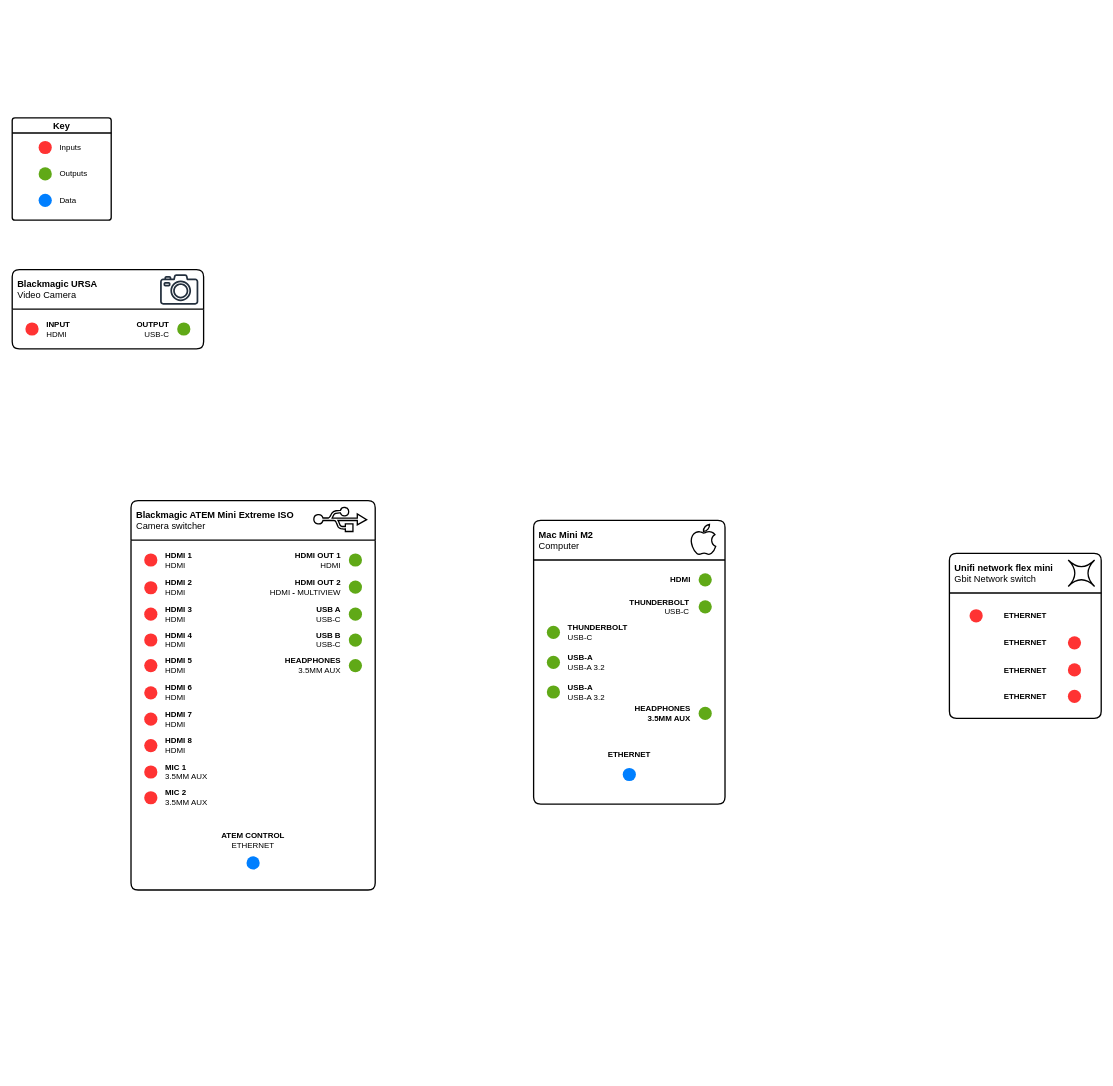
This is Mud maps/City Studio.drawio from Moolteepass/Studio-Documentation, a draw.io file, before an edit. Source tidied: cells renumbered, new cells numbered last; positions are measured from the earlier drawing's top-left corner, leaving out a move shared by most shapes. Both pictures are drawn from the tidied source at 66%, with x=0, y=0 at pixel (12, 117).
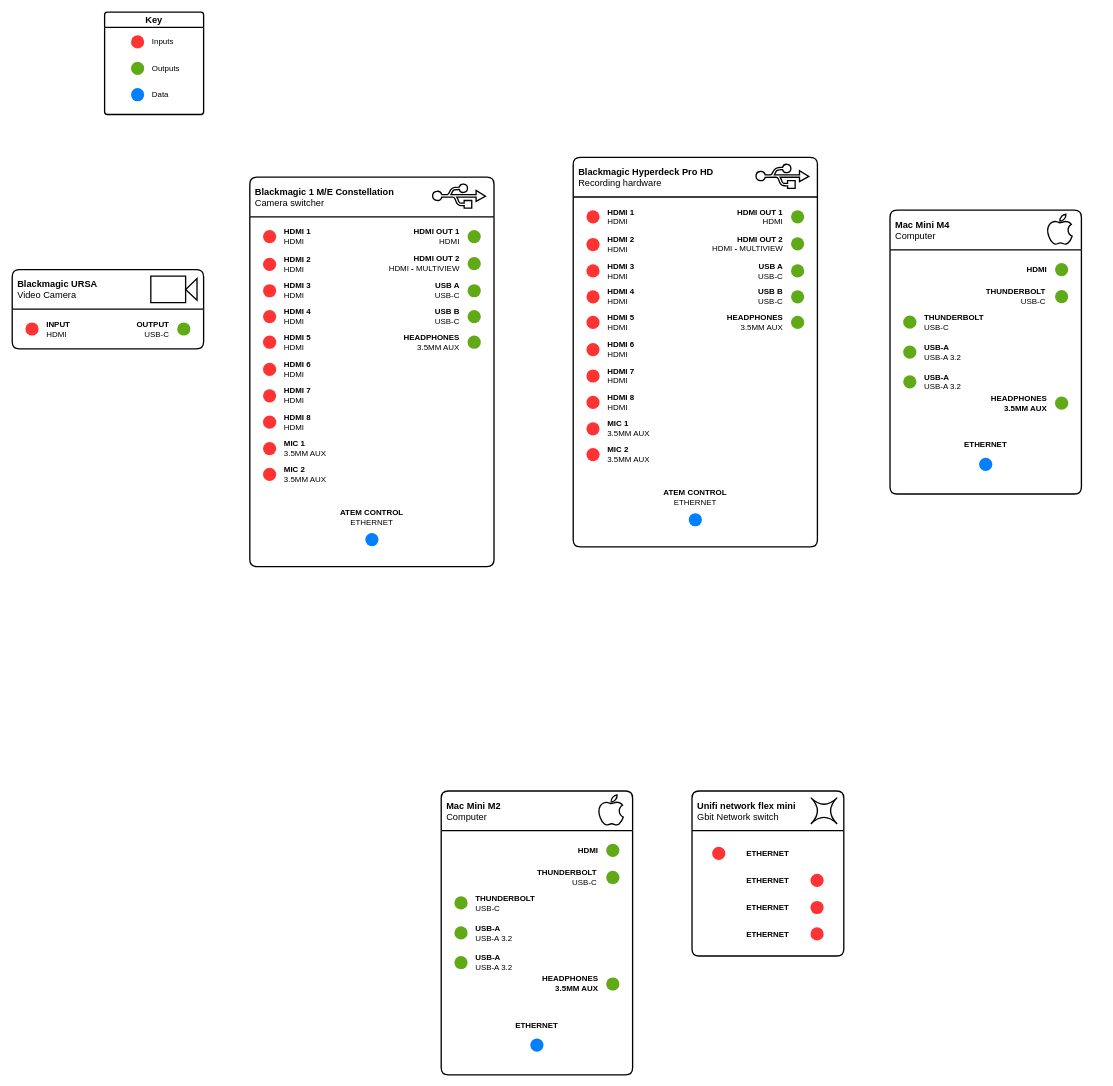
After the change.

Unchanged cells that the change refers to:
```xml
<mxCell id="3" style="ellipse;whiteSpace=wrap;html=1;strokeColor=none;fillColor=#60a917;fontColor=#ffffff;" parent="2" vertex="1">
  <mxGeometry x="330" y="80" width="20" height="20" as="geometry" />
</mxCell>
<mxCell id="6" style="ellipse;whiteSpace=wrap;html=1;strokeColor=none;fillColor=light-dark(#FF3333,#FF3333);fontColor=#ffffff;fillStyle=auto;" parent="2" vertex="1">
  <mxGeometry x="20" y="80" width="20" height="20" as="geometry" />
</mxCell>
<mxCell id="9" style="ellipse;whiteSpace=wrap;html=1;strokeColor=none;fillColor=light-dark(#FF3333,#FF3333);fontColor=#ffffff;" parent="2" vertex="1">
  <mxGeometry x="20" y="162" width="20" height="20" as="geometry" />
</mxCell>
<mxCell id="64" value="&lt;div&gt;Blackmagic URSA&lt;/div&gt;&lt;div&gt;&lt;span style=&quot;font-weight: normal;&quot;&gt;Video Camera&lt;/span&gt;&lt;/div&gt;" style="swimlane;whiteSpace=wrap;html=1;startSize=60;perimeterSpacing=0;rounded=1;arcSize=6;align=left;spacingLeft=6;swimlaneFillColor=default;strokeWidth=2;fontSize=14;" parent="1" vertex="1">
  <mxGeometry y="230" width="290" height="120" as="geometry" />
</mxCell>
```

Change to the diagram source:
```diff
@@
-    <mxCell id="2" value="&lt;div&gt;Blackmagic ATEM Mini Extreme ISO&lt;/div&gt;&lt;span style=&quot;font-weight: normal;&quot;&gt;Camera switcher&lt;/span&gt;" style="swimlane;whiteSpace=wrap;html=1;startSize=60;perimeterSpacing=0;rounded=1;arcSize=6;align=left;spacingLeft=6;swimlaneFillColor=default;strokeWidth=2;fontSize=14;" parent="1" vertex="1">
-      <mxGeometry x="180" y="580" width="370" height="590" as="geometry" />
+    <mxCell id="2" value="&lt;div&gt;Blackmagic 1 M/E Constellation&lt;/div&gt;&lt;span style=&quot;font-weight: normal;&quot;&gt;Camera switcher&lt;/span&gt;" style="swimlane;whiteSpace=wrap;html=1;startSize=60;perimeterSpacing=0;rounded=1;arcSize=6;align=left;spacingLeft=6;swimlaneFillColor=default;strokeWidth=2;fontSize=14;" parent="1" vertex="1">
+      <mxGeometry x="360" y="90" width="370" height="590" as="geometry" />
     </mxCell>
@@
-    <mxCell id="5" style="edgeStyle=orthogonalEdgeStyle;shape=connector;rounded=0;jettySize=auto;html=1;exitX=1;exitY=0.5;exitDx=0;exitDy=0;strokeColor=light-dark(#FFFFFF40,#FFFFFF40);strokeWidth=2;align=center;verticalAlign=middle;fontFamily=Helvetica;fontSize=14;fontColor=default;labelBackgroundColor=default;endArrow=none;endFill=0;entryX=0;entryY=0.5;entryDx=0;entryDy=0;" parent="2" edge="1" source="6" target="3">
-      <mxGeometry relative="1" as="geometry" />
-    </mxCell>
@@
-    <mxCell id="8" style="edgeStyle=orthogonalEdgeStyle;shape=connector;rounded=0;jettySize=auto;html=1;entryX=0;entryY=0.5;entryDx=0;entryDy=0;strokeColor=light-dark(#FFFFFF40,#FFFFFF40);strokeWidth=2;align=center;verticalAlign=middle;fontFamily=Helvetica;fontSize=14;fontColor=default;labelBackgroundColor=default;endArrow=none;endFill=0;startArrow=none;startFill=0;" parent="2" edge="1" source="9" target="3">
-      <mxGeometry relative="1" as="geometry" />
-    </mxCell>
@@
     <mxCell id="38" value="&lt;div&gt;Mac Mini M2&lt;/div&gt;&lt;div&gt;&lt;span style=&quot;font-weight: normal;&quot;&gt;Computer&lt;/span&gt;&lt;/div&gt;" style="swimlane;whiteSpace=wrap;html=1;startSize=60;perimeterSpacing=0;rounded=1;arcSize=6;align=left;spacingLeft=6;swimlaneFillColor=default;strokeWidth=2;fontSize=14;noLabel=0;" parent="1" vertex="1">
-      <mxGeometry x="790" y="610" width="290" height="430" as="geometry" />
+      <mxGeometry x="650" y="1020" width="290" height="430" as="geometry" />
     </mxCell>
@@
     <mxCell id="54" value="&lt;div&gt;Unifi network flex mini&lt;/div&gt;&lt;div&gt;&lt;span style=&quot;font-weight: normal;&quot;&gt;Gbit Network switch&lt;/span&gt;&lt;/div&gt;" style="swimlane;whiteSpace=wrap;html=1;startSize=60;perimeterSpacing=0;rounded=1;arcSize=6;align=left;spacingLeft=6;swimlaneFillColor=default;strokeWidth=2;fontSize=14;" parent="1" vertex="1">
-      <mxGeometry x="1420" y="660" width="230" height="250" as="geometry" />
+      <mxGeometry x="1030" y="1020" width="230" height="250" as="geometry" />
     </mxCell>
@@
-    <mxCell id="69" style="sketch=0;fontColor=#232F3E;gradientColor=none;fillColor=light-dark(#232F3D,#FFFFFF);strokeColor=none;dashed=0;verticalLabelPosition=bottom;verticalAlign=top;align=center;html=1;fontSize=12;fontStyle=0;shape=mxgraph.aws4.camera2;" parent="64" vertex="1">
-      <mxGeometry x="224" y="7" width="58" height="46.1" as="geometry" />
-    </mxCell>
+    <mxCell id="77" style="shape=mxgraph.signs.tech.video_camera;html=1;fillColor=none;strokeColor=default;verticalLabelPosition=bottom;verticalAlign=top;align=center;strokeWidth=2;" parent="64" vertex="1">
+      <mxGeometry x="210" y="10" width="70" height="40" as="geometry" />
+    </mxCell>
     <mxCell id="70" value="Key" style="swimlane;whiteSpace=wrap;html=1;rounded=1;arcSize=6;swimlaneFillColor=default;fontSize=14;strokeWidth=2;" parent="1" vertex="1">
-      <mxGeometry width="150" height="155" as="geometry" />
+      <mxGeometry x="140" y="-160" width="150" height="155" as="geometry" />
     </mxCell>
@@
+    <mxCell id="78" value="&lt;div&gt;Mac Mini M4&lt;/div&gt;&lt;div&gt;&lt;span style=&quot;font-weight: normal;&quot;&gt;Computer&lt;/span&gt;&lt;/div&gt;" style="swimlane;whiteSpace=wrap;html=1;startSize=60;perimeterSpacing=0;rounded=1;arcSize=6;align=left;spacingLeft=6;swimlaneFillColor=default;strokeWidth=2;fontSize=14;noLabel=0;" parent="1" vertex="1">
+      <mxGeometry x="1330" y="140" width="290" height="430" as="geometry" />
+    </mxCell>
+    <mxCell id="79" style="ellipse;whiteSpace=wrap;html=1;strokeColor=none;fillColor=#60a917;fontColor=#ffffff;" parent="78" vertex="1">
+      <mxGeometry x="250" y="80" width="20" height="20" as="geometry" />
+    </mxCell>
+    <mxCell id="80" style="ellipse;whiteSpace=wrap;html=1;strokeColor=none;fillColor=light-dark(#60A917,#007FFF);fontColor=#ffffff;" parent="78" vertex="1">
+      <mxGeometry x="250" y="121" width="20" height="20" as="geometry" />
+    </mxCell>
+    <mxCell id="81" style="ellipse;whiteSpace=wrap;html=1;strokeColor=none;fillColor=light-dark(#60A917,#007FFF);fontColor=#ffffff;" parent="78" vertex="1">
+      <mxGeometry x="20" y="159.6" width="20" height="20" as="geometry" />
+    </mxCell>
+    <mxCell id="82" value="&lt;b&gt;HDMI&lt;/b&gt;" style="text;html=1;whiteSpace=wrap;strokeColor=none;fillColor=none;align=right;verticalAlign=middle;rounded=0;" parent="78" vertex="1">
+      <mxGeometry x="200" y="82.8" width="40" height="14.5" as="geometry" />
+    </mxCell>
+    <mxCell id="83" value="THUNDERBOLT&lt;div&gt;&lt;span style=&quot;font-weight: normal;&quot;&gt;USB-C&lt;/span&gt;&lt;/div&gt;" style="text;html=1;whiteSpace=wrap;strokeColor=none;fillColor=none;align=right;verticalAlign=middle;rounded=0;fontStyle=1;" parent="78" vertex="1">
+      <mxGeometry x="130" y="118.1" width="108.1" height="25.8" as="geometry" />
+    </mxCell>
+    <mxCell id="84" value="ETHERNET" style="text;html=1;whiteSpace=wrap;strokeColor=none;fillColor=none;align=center;verticalAlign=middle;rounded=0;fontStyle=1;" parent="78" vertex="1">
+      <mxGeometry x="100" y="340" width="90" height="29" as="geometry" />
+    </mxCell>
+    <mxCell id="85" style="ellipse;whiteSpace=wrap;html=1;strokeColor=none;fillColor=#007FFF;fontColor=#ffffff;" parent="78" vertex="1">
+      <mxGeometry x="135" y="375" width="20" height="20" as="geometry" />
+    </mxCell>
+    <mxCell id="86" style="dashed=0;html=1;align=center;labelPosition=center;verticalLabelPosition=bottom;verticalAlign=top;shape=mxgraph.weblogos.apple;fillColor=none;strokeColor=default;strokeWidth=2;" parent="78" vertex="1">
+      <mxGeometry x="238.1" y="6" width="37.8" height="46.2" as="geometry" />
+    </mxCell>
+    <mxCell id="87" value="THUNDERBOLT&lt;div&gt;&lt;span style=&quot;font-weight: normal;&quot;&gt;USB-C&lt;/span&gt;&lt;/div&gt;" style="text;html=1;whiteSpace=wrap;strokeColor=none;fillColor=none;align=left;verticalAlign=middle;rounded=0;fontStyle=1;" parent="78" vertex="1">
+      <mxGeometry x="50" y="157.2" width="100" height="24.8" as="geometry" />
+    </mxCell>
+    <mxCell id="88" value="USB-A&lt;div&gt;&lt;span style=&quot;font-weight: normal;&quot;&gt;USB-A 3.2&lt;/span&gt;&lt;/div&gt;" style="text;html=1;whiteSpace=wrap;strokeColor=none;fillColor=none;align=left;verticalAlign=middle;rounded=0;fontStyle=1;" parent="78" vertex="1">
+      <mxGeometry x="50" y="202.6" width="100" height="24.8" as="geometry" />
+    </mxCell>
+    <mxCell id="89" style="ellipse;whiteSpace=wrap;html=1;strokeColor=none;fillColor=light-dark(#60A917,#007FFF);fontColor=#ffffff;" parent="78" vertex="1">
+      <mxGeometry x="20" y="205" width="20" height="20" as="geometry" />
+    </mxCell>
+    <mxCell id="90" value="USB-A&lt;div&gt;&lt;span style=&quot;font-weight: normal;&quot;&gt;USB-A 3.2&lt;/span&gt;&lt;/div&gt;" style="text;html=1;whiteSpace=wrap;strokeColor=none;fillColor=none;align=left;verticalAlign=middle;rounded=0;fontStyle=1;" parent="78" vertex="1">
+      <mxGeometry x="50" y="247.6" width="100" height="24.8" as="geometry" />
+    </mxCell>
+    <mxCell id="91" style="ellipse;whiteSpace=wrap;html=1;strokeColor=none;fillColor=light-dark(#60A917,#007FFF);fontColor=#ffffff;" parent="78" vertex="1">
+      <mxGeometry x="20" y="250" width="20" height="20" as="geometry" />
+    </mxCell>
+    <mxCell id="92" value="HEADPHONES&lt;div&gt;3.5MM AUX&lt;/div&gt;" style="text;html=1;whiteSpace=wrap;strokeColor=none;fillColor=none;align=right;verticalAlign=middle;rounded=0;fontStyle=1;" parent="78" vertex="1">
+      <mxGeometry x="140" y="280" width="100" height="24.8" as="geometry" />
+    </mxCell>
+    <mxCell id="93" style="ellipse;whiteSpace=wrap;html=1;strokeColor=none;fillColor=light-dark(#60A917,#007FFF);fontColor=#ffffff;" parent="78" vertex="1">
+      <mxGeometry x="250" y="282.4" width="20" height="20" as="geometry" />
+    </mxCell>
+    <mxCell id="94" value="&lt;div&gt;Blackmagic Hyperdeck Pro HD&lt;/div&gt;&lt;span style=&quot;font-weight: normal;&quot;&gt;Recording hardware&lt;/span&gt;" style="swimlane;whiteSpace=wrap;html=1;startSize=60;perimeterSpacing=0;rounded=1;arcSize=6;align=left;spacingLeft=6;swimlaneFillColor=default;strokeWidth=2;fontSize=14;" parent="1" vertex="1">
+      <mxGeometry x="850" y="60" width="370" height="590" as="geometry" />
+    </mxCell>
+    <mxCell id="95" style="ellipse;whiteSpace=wrap;html=1;strokeColor=none;fillColor=#60a917;fontColor=#ffffff;" parent="94" vertex="1">
+      <mxGeometry x="330" y="80" width="20" height="20" as="geometry" />
+    </mxCell>
+    <mxCell id="96" style="ellipse;whiteSpace=wrap;html=1;strokeColor=none;fillColor=#60a917;fontColor=#ffffff;" parent="94" vertex="1">
+      <mxGeometry x="330" y="121" width="20" height="20" as="geometry" />
+    </mxCell>
+    <mxCell id="97" style="ellipse;whiteSpace=wrap;html=1;strokeColor=none;fillColor=light-dark(#FF3333,#FF3333);fontColor=#ffffff;fillStyle=auto;" parent="94" vertex="1">
+      <mxGeometry x="20" y="80" width="20" height="20" as="geometry" />
+    </mxCell>
+    <mxCell id="98" style="ellipse;whiteSpace=wrap;html=1;strokeColor=none;fillColor=light-dark(#FF3333,#FF3333);fontColor=#ffffff;" parent="94" vertex="1">
+      <mxGeometry x="20" y="122" width="20" height="20" as="geometry" />
+    </mxCell>
+    <mxCell id="99" style="ellipse;whiteSpace=wrap;html=1;strokeColor=none;fillColor=light-dark(#FF3333,#FF3333);fontColor=#ffffff;" parent="94" vertex="1">
+      <mxGeometry x="20" y="162" width="20" height="20" as="geometry" />
+    </mxCell>
+    <mxCell id="100" value="&lt;div&gt;HDMI 1&lt;/div&gt;&lt;span style=&quot;font-weight: normal;&quot;&gt;HDMI&lt;/span&gt;" style="text;html=1;whiteSpace=wrap;strokeColor=none;fillColor=none;align=left;verticalAlign=middle;rounded=0;fontStyle=1;" parent="94" vertex="1">
+      <mxGeometry x="50" y="77.8" width="50" height="24.5" as="geometry" />
+    </mxCell>
+    <mxCell id="101" value="&lt;div&gt;HDMI OUT 1&lt;/div&gt;&lt;span style=&quot;font-weight: normal;&quot;&gt;HDMI&lt;/span&gt;" style="text;html=1;whiteSpace=wrap;strokeColor=none;fillColor=none;align=right;verticalAlign=middle;rounded=0;fontStyle=1;" parent="94" vertex="1">
+      <mxGeometry x="230" y="76.4" width="90" height="27.2" as="geometry" />
+    </mxCell>
+    <mxCell id="102" value="&lt;div&gt;ATEM CONTROL&lt;/div&gt;&lt;div&gt;&lt;span style=&quot;font-weight: normal;&quot;&gt;ETHERNET&lt;/span&gt;&lt;/div&gt;" style="text;html=1;whiteSpace=wrap;strokeColor=none;fillColor=none;align=center;verticalAlign=middle;rounded=0;fontStyle=1;" parent="94" vertex="1">
+      <mxGeometry x="135" y="500" width="100" height="29" as="geometry" />
+    </mxCell>
+    <mxCell id="103" style="ellipse;whiteSpace=wrap;html=1;strokeColor=none;fillColor=#007FFF;fontColor=#ffffff;" parent="94" vertex="1">
+      <mxGeometry x="175" y="539" width="20" height="20" as="geometry" />
+    </mxCell>
+    <mxCell id="104" style="sketch=0;shadow=0;dashed=0;html=1;strokeColor=default;labelPosition=center;verticalLabelPosition=bottom;verticalAlign=top;align=center;fillColor=none;shape=mxgraph.mscae.enterprise.usb;fontFamily=Helvetica;fontSize=11;fontColor=default;labelBackgroundColor=default;strokeWidth=2;" parent="94" vertex="1">
+      <mxGeometry x="277" y="10" width="80" height="36.8" as="geometry" />
+    </mxCell>
+    <mxCell id="105" value="&lt;div&gt;HDMI 2&lt;/div&gt;&lt;span style=&quot;font-weight: normal;&quot;&gt;HDMI&lt;/span&gt;" style="text;html=1;whiteSpace=wrap;strokeColor=none;fillColor=none;align=left;verticalAlign=middle;rounded=0;fontStyle=1;" parent="94" vertex="1">
+      <mxGeometry x="50" y="119.4" width="50" height="25.2" as="geometry" />
+    </mxCell>
+    <mxCell id="106" value="&lt;div&gt;HDMI 3&lt;/div&gt;&lt;span style=&quot;font-weight: normal;&quot;&gt;HDMI&lt;/span&gt;" style="text;html=1;whiteSpace=wrap;strokeColor=none;fillColor=none;align=left;verticalAlign=middle;rounded=0;fontStyle=1;" parent="94" vertex="1">
+      <mxGeometry x="50" y="160.8" width="50" height="22.5" as="geometry" />
+    </mxCell>
+    <mxCell id="107" value="&lt;div&gt;HDMI OUT 2&lt;/div&gt;&lt;span style=&quot;font-weight: normal;&quot;&gt;HDMI&lt;/span&gt;&amp;nbsp;- &lt;span style=&quot;font-weight: normal;&quot;&gt;MULTIVIEW&lt;/span&gt;" style="text;html=1;whiteSpace=wrap;strokeColor=none;fillColor=none;align=right;verticalAlign=middle;rounded=0;fontStyle=1;" parent="94" vertex="1">
+      <mxGeometry x="200" y="117.9" width="120" height="26.2" as="geometry" />
+    </mxCell>
+    <mxCell id="108" value="&lt;div&gt;HDMI 4&lt;/div&gt;&lt;span style=&quot;font-weight: normal;&quot;&gt;HDMI&lt;/span&gt;" style="text;html=1;whiteSpace=wrap;strokeColor=none;fillColor=none;align=left;verticalAlign=middle;rounded=0;fontStyle=1;" parent="94" vertex="1">
+      <mxGeometry x="50" y="200" width="50" height="22.5" as="geometry" />
+    </mxCell>
+    <mxCell id="109" style="ellipse;whiteSpace=wrap;html=1;strokeColor=none;fillColor=light-dark(#FF3333,#FF3333);fontColor=#ffffff;" parent="94" vertex="1">
+      <mxGeometry x="20" y="201.2" width="20" height="20" as="geometry" />
+    </mxCell>
+    <mxCell id="110" value="&lt;div&gt;HDMI 5&lt;/div&gt;&lt;span style=&quot;font-weight: normal;&quot;&gt;HDMI&lt;/span&gt;" style="text;html=1;whiteSpace=wrap;strokeColor=none;fillColor=none;align=left;verticalAlign=middle;rounded=0;fontStyle=1;" parent="94" vertex="1">
+      <mxGeometry x="50" y="238.8" width="50" height="22.5" as="geometry" />
+    </mxCell>
+    <mxCell id="111" style="ellipse;whiteSpace=wrap;html=1;strokeColor=none;fillColor=light-dark(#FF3333,#FF3333);fontColor=#ffffff;" parent="94" vertex="1">
+      <mxGeometry x="20" y="240" width="20" height="20" as="geometry" />
+    </mxCell>
+    <mxCell id="112" value="&lt;div&gt;HDMI 6&lt;/div&gt;&lt;span style=&quot;font-weight: normal;&quot;&gt;HDMI&lt;/span&gt;" style="text;html=1;whiteSpace=wrap;strokeColor=none;fillColor=none;align=left;verticalAlign=middle;rounded=0;fontStyle=1;" parent="94" vertex="1">
+      <mxGeometry x="50" y="280" width="50" height="22.5" as="geometry" />
+    </mxCell>
+    <mxCell id="113" style="ellipse;whiteSpace=wrap;html=1;strokeColor=none;fillColor=light-dark(#FF3333,#FF3333);fontColor=#ffffff;" parent="94" vertex="1">
+      <mxGeometry x="20" y="281.2" width="20" height="20" as="geometry" />
+    </mxCell>
+    <mxCell id="114" value="&lt;div&gt;HDMI 7&lt;/div&gt;&lt;span style=&quot;font-weight: normal;&quot;&gt;HDMI&lt;/span&gt;" style="text;html=1;whiteSpace=wrap;strokeColor=none;fillColor=none;align=left;verticalAlign=middle;rounded=0;fontStyle=1;" parent="94" vertex="1">
+      <mxGeometry x="50" y="320" width="50" height="22.5" as="geometry" />
+    </mxCell>
+    <mxCell id="115" style="ellipse;whiteSpace=wrap;html=1;strokeColor=none;fillColor=light-dark(#FF3333,#FF3333);fontColor=#ffffff;" parent="94" vertex="1">
+      <mxGeometry x="20" y="321.2" width="20" height="20" as="geometry" />
+    </mxCell>
+    <mxCell id="116" value="&lt;div&gt;HDMI 8&lt;/div&gt;&lt;span style=&quot;font-weight: normal;&quot;&gt;HDMI&lt;/span&gt;" style="text;html=1;whiteSpace=wrap;strokeColor=none;fillColor=none;align=left;verticalAlign=middle;rounded=0;fontStyle=1;" parent="94" vertex="1">
+      <mxGeometry x="50" y="360" width="50" height="22.5" as="geometry" />
+    </mxCell>
+    <mxCell id="117" style="ellipse;whiteSpace=wrap;html=1;strokeColor=none;fillColor=light-dark(#FF3333,#FF3333);fontColor=#ffffff;" parent="94" vertex="1">
+      <mxGeometry x="20" y="361.2" width="20" height="20" as="geometry" />
+    </mxCell>
+    <mxCell id="118" style="ellipse;whiteSpace=wrap;html=1;strokeColor=none;fillColor=light-dark(#60A917,#007FFF);fontColor=#ffffff;" parent="94" vertex="1">
+      <mxGeometry x="330" y="162" width="20" height="20" as="geometry" />
+    </mxCell>
+    <mxCell id="119" value="&lt;div&gt;USB A&lt;/div&gt;&lt;span style=&quot;font-weight: normal;&quot;&gt;USB-C&lt;/span&gt;" style="text;html=1;whiteSpace=wrap;strokeColor=none;fillColor=none;align=right;verticalAlign=middle;rounded=0;fontStyle=1;" parent="94" vertex="1">
+      <mxGeometry x="240" y="158.9" width="80" height="26.2" as="geometry" />
+    </mxCell>
+    <mxCell id="120" value="&lt;div&gt;USB B&lt;/div&gt;&lt;span style=&quot;font-weight: normal;&quot;&gt;USB-C&lt;/span&gt;" style="text;html=1;whiteSpace=wrap;strokeColor=none;fillColor=none;align=right;verticalAlign=middle;rounded=0;fontStyle=1;" parent="94" vertex="1">
+      <mxGeometry x="240" y="198.1" width="80" height="26.2" as="geometry" />
+    </mxCell>
+    <mxCell id="121" style="ellipse;whiteSpace=wrap;html=1;strokeColor=none;fillColor=light-dark(#60A917,#007FFF);fontColor=#ffffff;" parent="94" vertex="1">
+      <mxGeometry x="330" y="201.3" width="20" height="20" as="geometry" />
+    </mxCell>
+    <mxCell id="122" value="&lt;div&gt;MIC 1&lt;/div&gt;&lt;div&gt;&lt;span style=&quot;font-weight: normal;&quot;&gt;3.5MM AUX&lt;/span&gt;&lt;/div&gt;" style="text;html=1;whiteSpace=wrap;strokeColor=none;fillColor=none;align=left;verticalAlign=middle;rounded=0;fontStyle=1;" parent="94" vertex="1">
+      <mxGeometry x="50" y="400" width="80" height="22.5" as="geometry" />
+    </mxCell>
+    <mxCell id="123" style="ellipse;whiteSpace=wrap;html=1;strokeColor=none;fillColor=light-dark(#FF3333,#FF3333);fontColor=#ffffff;" parent="94" vertex="1">
+      <mxGeometry x="20" y="401.2" width="20" height="20" as="geometry" />
+    </mxCell>
+    <mxCell id="124" value="&lt;div&gt;MIC 2&lt;/div&gt;&lt;div&gt;&lt;span style=&quot;font-weight: normal;&quot;&gt;3.5MM AUX&lt;/span&gt;&lt;/div&gt;" style="text;html=1;whiteSpace=wrap;strokeColor=none;fillColor=none;align=left;verticalAlign=middle;rounded=0;fontStyle=1;" parent="94" vertex="1">
+      <mxGeometry x="50" y="439" width="70" height="22.5" as="geometry" />
+    </mxCell>
+    <mxCell id="125" style="ellipse;whiteSpace=wrap;html=1;strokeColor=none;fillColor=light-dark(#FF3333,#FF3333);fontColor=#ffffff;" parent="94" vertex="1">
+      <mxGeometry x="20" y="440.2" width="20" height="20" as="geometry" />
+    </mxCell>
+    <mxCell id="126" value="&lt;div&gt;HEADPHONES&lt;/div&gt;&lt;span style=&quot;font-weight: normal;&quot;&gt;3.5MM AUX&lt;/span&gt;" style="text;html=1;whiteSpace=wrap;strokeColor=none;fillColor=none;align=right;verticalAlign=middle;rounded=0;fontStyle=1;" parent="94" vertex="1">
+      <mxGeometry x="230" y="236.9" width="90" height="26.2" as="geometry" />
+    </mxCell>
+    <mxCell id="127" style="ellipse;whiteSpace=wrap;html=1;strokeColor=none;fillColor=light-dark(#60A917,#007FFF);fontColor=#ffffff;" parent="94" vertex="1">
+      <mxGeometry x="330" y="240" width="20" height="20" as="geometry" />
+    </mxCell>
```
